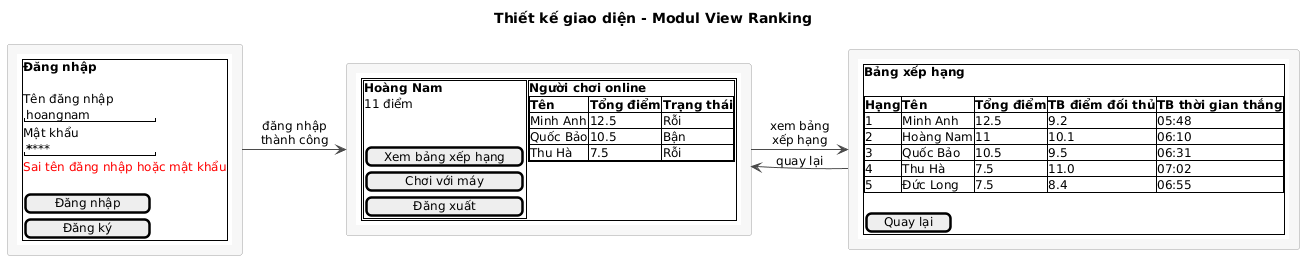
Before: docs/uml/pha3/ui-m2.png, a diagram exported from PlantUML (VattenL/mobile-pikachu).
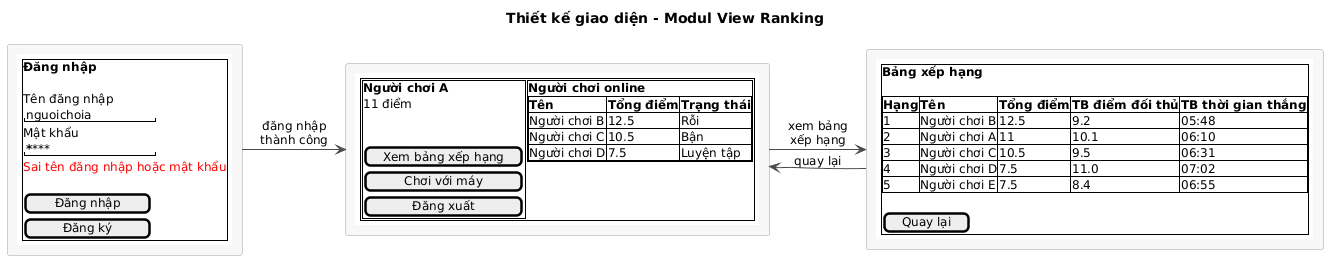
Above is the later version.

Diff of the diagram source:
```diff
@@ -15,7 +15,7 @@
   <b>Đăng nhập
   .
   Tên đăng nhập
-  "hoangnam        "
+  "nguoichoia      "
   Mật khẩu
   "********        "
   <color:red>Sai tên đăng nhập hoặc mật khẩu
@@ -30,7 +30,7 @@
 {{salt
 {+
   { {+
-      <b>Hoàng Nam
+      <b>Người chơi A
       11 điểm
       .
       .
@@ -41,9 +41,9 @@
       <b>Người chơi online
       {#
         <b>Tên | <b>Tổng điểm | <b>Trạng thái
-        Minh Anh | 12.5 | Rỗi
-        Quốc Bảo | 10.5 | Bận
-        Thu Hà | 7.5 | Rỗi
+        Người chơi B | 12.5 | Rỗi
+        Người chơi C | 10.5 | Bận
+        Người chơi D | 7.5 | Luyện tập
       }
     } }
 }
@@ -57,11 +57,11 @@
   .
   {#
     <b>Hạng | <b>Tên | <b>Tổng điểm | <b>TB điểm đối thủ | <b>TB thời gian thắng
-    1 | Minh Anh | 12.5 | 9.2 | 05:48
-    2 | Hoàng Nam | 11 | 10.1 | 06:10
-    3 | Quốc Bảo | 10.5 | 9.5 | 06:31
-    4 | Thu Hà | 7.5 | 11.0 | 07:02
-    5 | Đức Long | 7.5 | 8.4 | 06:55
+    1 | Người chơi B | 12.5 | 9.2 | 05:48
+    2 | Người chơi A | 11 | 10.1 | 06:10
+    3 | Người chơi C | 10.5 | 9.5 | 06:31
+    4 | Người chơi D | 7.5 | 11.0 | 07:02
+    5 | Người chơi E | 7.5 | 8.4 | 06:55
   }
   .
   [ Quay lại ]
```
